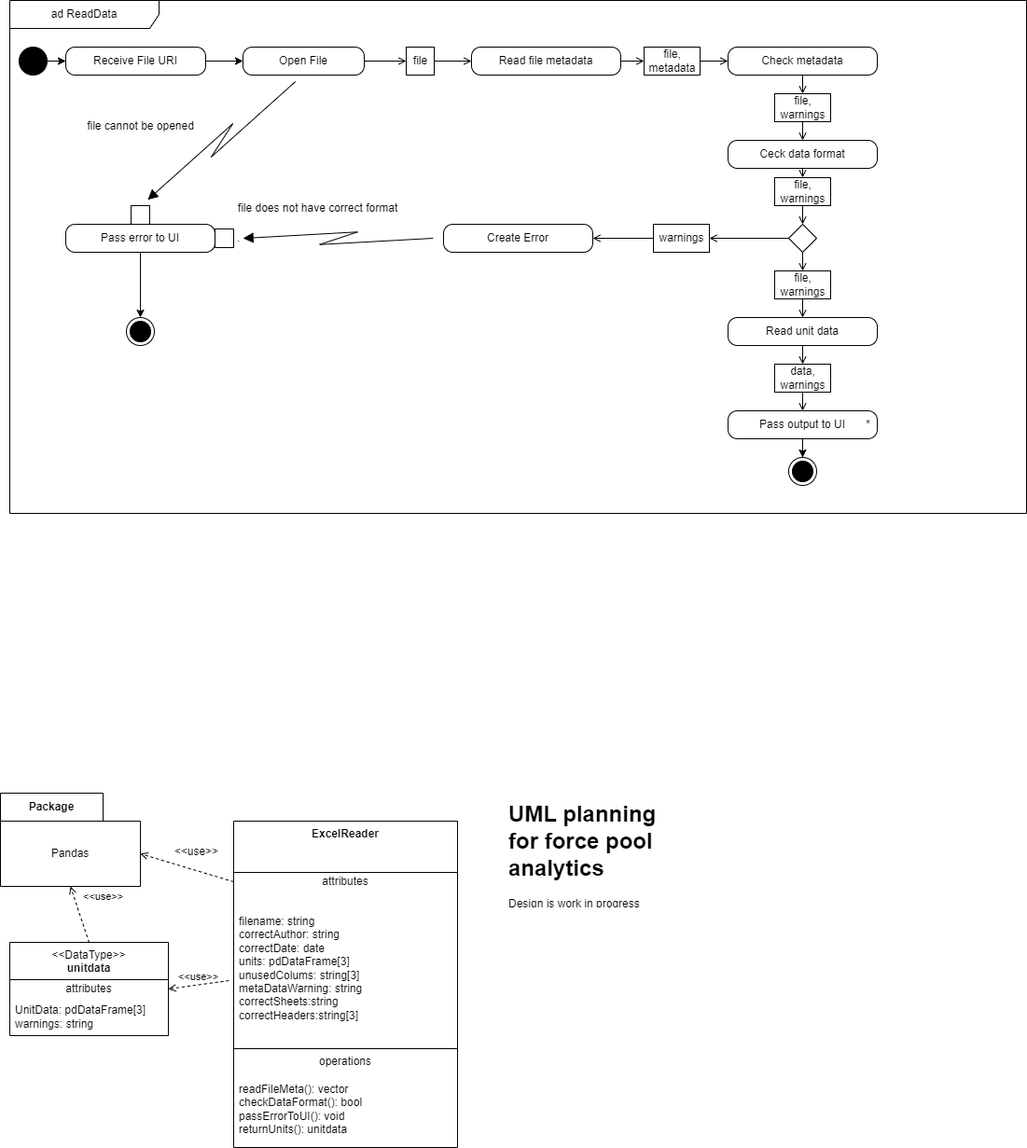
Earlier version of the draw.io export design_documentation/forcepoolanalysis.drawio.png (teakfi/wif_helper). Source tidied: cells renumbered, new cells last; positions are measured from the earlier drawing's top-left corner, leaving out a move shared by most shapes.
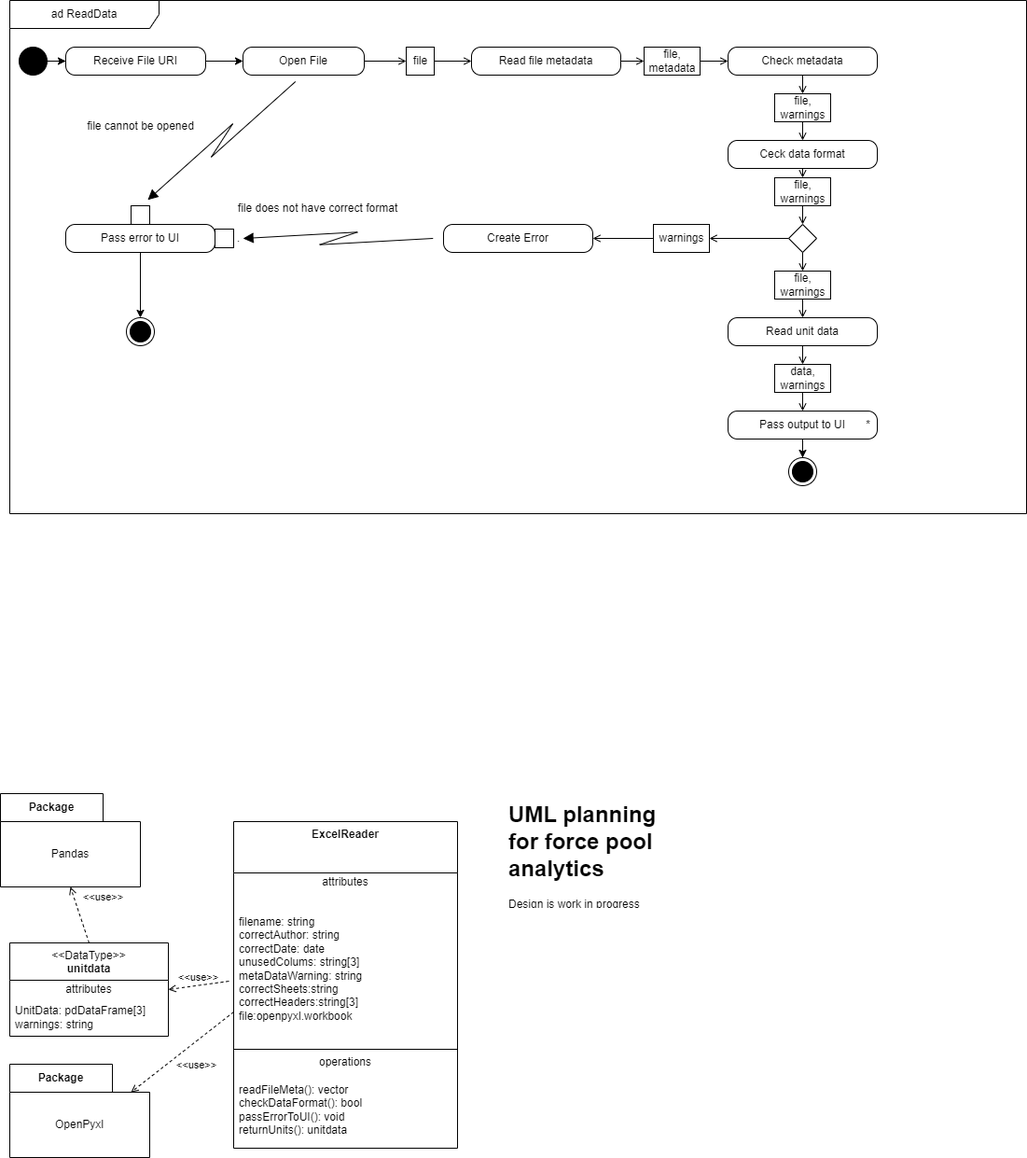
Above is the later version.

Commit message:
Further refinements to the design of reading unit data

some fixes and redesigns of the class

The edit, as a diff of the source:
```diff
@@ -8,7 +8,7 @@
     <mxCell id="3" value="attributes" style="text;html=1;strokeColor=none;fillColor=none;align=center;verticalAlign=middle;spacingLeft=4;spacingRight=4;overflow=hidden;points=[[0,0.5],[1,0.5]];portConstraint=eastwest;whiteSpace=wrap;" parent="2" vertex="1">
       <mxGeometry y="55" width="240" height="20" as="geometry" />
     </mxCell>
-    <mxCell id="4" value="filename: string&lt;br&gt;correctAuthor: string&lt;br&gt;correctDate: date&lt;br&gt;units: pdDataFrame[3]&lt;br&gt;unusedColums: string[3]&lt;br&gt;metaDataWarning: string&lt;br&gt;correctSheets:string&lt;br&gt;correctHeaders:string[3]" style="text;html=1;strokeColor=none;fillColor=none;align=left;verticalAlign=middle;spacingLeft=4;spacingRight=4;overflow=hidden;points=[[0,0.5],[1,0.5]];portConstraint=eastwest;whiteSpace=wrap;" parent="2" vertex="1">
+    <mxCell id="4" value="filename: string&lt;br&gt;correctAuthor: string&lt;br&gt;correctDate: date&lt;br&gt;unusedColums: string[3]&lt;br&gt;metaDataWarning: string&lt;br&gt;correctSheets:string&lt;br&gt;correctHeaders:string[3]&lt;br&gt;file:openpyxl.workbook" style="text;html=1;strokeColor=none;fillColor=none;align=left;verticalAlign=middle;spacingLeft=4;spacingRight=4;overflow=hidden;points=[[0,0.5],[1,0.5]];portConstraint=eastwest;whiteSpace=wrap;" parent="2" vertex="1">
       <mxGeometry y="75" width="240" height="165" as="geometry" />
     </mxCell>
     <mxCell id="5" style="line;strokeWidth=1;fillColor=none;align=left;verticalAlign=middle;spacingTop=-1;spacingLeft=3;spacingRight=3;labelPosition=right;" parent="2" vertex="1">
@@ -49,12 +49,6 @@
     <mxCell id="16" value="&amp;lt;&amp;lt;use&amp;gt;&amp;gt;" style="endArrow=open;html=1;rounded=0;align=center;verticalAlign=bottom;dashed=1;endFill=0;labelBackgroundColor=none;entryX=1;entryY=0.5;entryDx=0;entryDy=0;exitX=-0.021;exitY=0.582;exitDx=0;exitDy=0;exitPerimeter=0;" parent="1" edge="1" source="4" target="14">
       <mxGeometry relative="1" as="geometry" />
     </mxCell>
-    <mxCell id="17" style="rounded=0;jettySize=auto;html=1;exitX=0;exitY=0.5;exitDx=0;exitDy=0;entryX=0;entryY=0;entryDx=150;entryDy=65;entryPerimeter=0;dashed=1;endArrow=open;endFill=0;" parent="1" edge="1" source="3" target="8">
-      <mxGeometry relative="1" as="geometry" />
-    </mxCell>
-    <mxCell id="18" value="&amp;lt;&amp;lt;use&amp;gt;&amp;gt;" style="text;html=1;align=center;verticalAlign=middle;strokeColor=none;fillColor=none;" parent="1" vertex="1">
-      <mxGeometry x="175" y="898" width="70" height="30" as="geometry" />
-    </mxCell>
     <mxCell id="19" value="ad ReadData" style="shape=umlFrame;whiteSpace=wrap;html=1;width=160;" parent="1" vertex="1">
       <mxGeometry x="10" width="1090" height="550" as="geometry" />
     </mxCell>
@@ -198,5 +192,16 @@
     <mxCell id="65" value="file does not have correct format" style="text;html=1;align=center;verticalAlign=middle;strokeColor=none;fillColor=none;" parent="1" vertex="1">
       <mxGeometry x="245" y="208" width="190" height="30" as="geometry" />
     </mxCell>
+    <mxCell id="66" value="Package" style="shape=folder;fontStyle=1;tabWidth=110;tabHeight=30;tabPosition=left;html=1;boundedLbl=1;labelInHeader=1;whiteSpace=wrap;" parent="1" vertex="1">
+      <mxGeometry x="10" y="1140" width="150" height="100" as="geometry" />
+    </mxCell>
+    <mxCell id="67" value="OpenPyxl" style="html=1;strokeColor=none;fillColor=none;whiteSpace=wrap;" parent="66" vertex="1">
+      <mxGeometry width="150" height="70" relative="1" as="geometry">
+        <mxPoint y="30" as="offset" />
+      </mxGeometry>
+    </mxCell>
+    <mxCell id="18" value="&amp;lt;&amp;lt;use&amp;gt;&amp;gt;" style="endArrow=open;html=1;rounded=0;align=center;verticalAlign=bottom;dashed=1;endFill=0;labelBackgroundColor=none;exitX=0;exitY=0.782;exitDx=0;exitDy=0;exitPerimeter=0;entryX=0;entryY=0;entryDx=130;entryDy=30;entryPerimeter=0;" parent="1" edge="1" source="4" target="66">
+      <mxGeometry x="0.03" y="27" relative="1" as="geometry" />
+    </mxCell>
   </root>
 </mxGraphModel>
```
